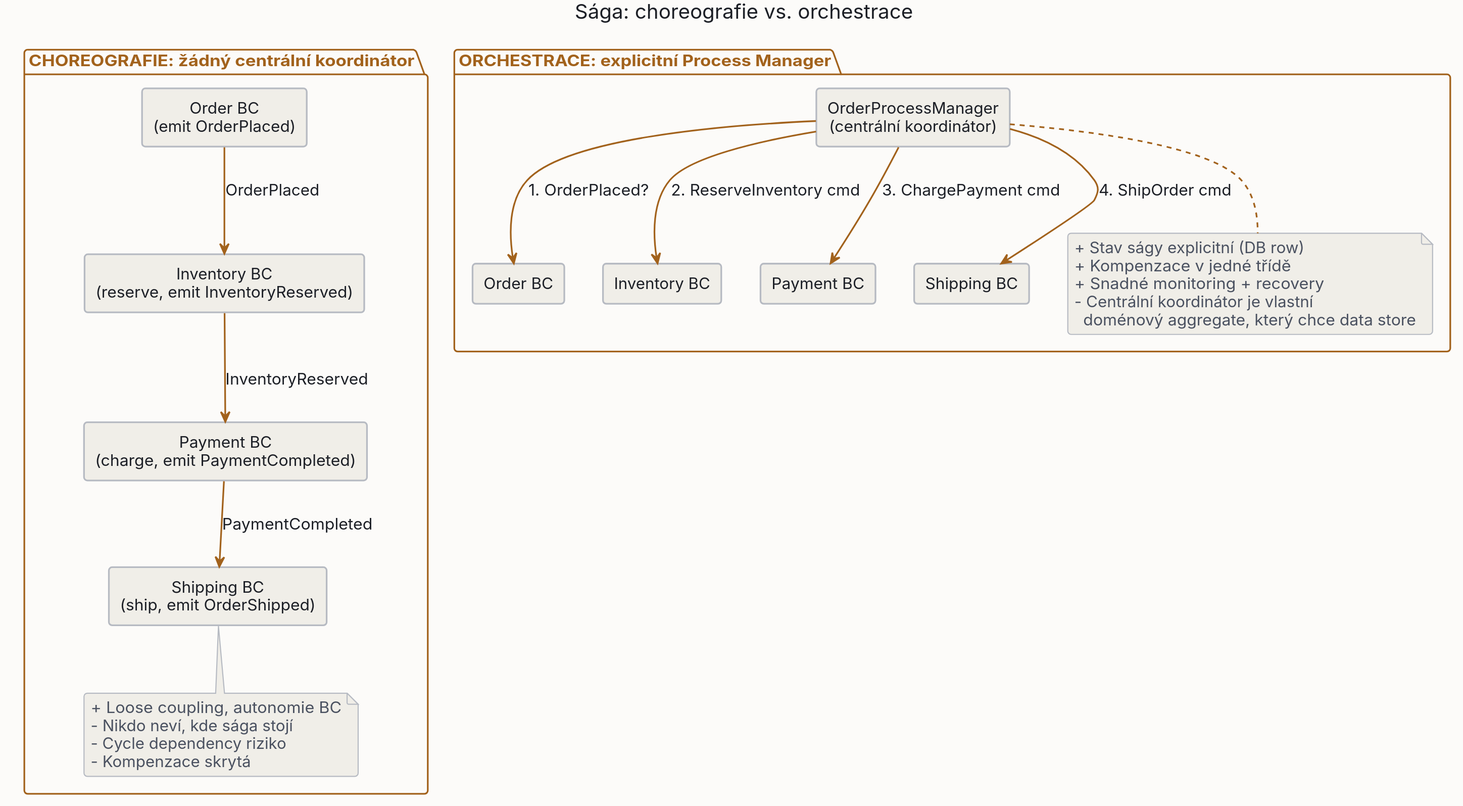
MichalKatuscak/ddd-v-symfony keeps this PlantUML diagram as public/images/diagrams/8_sagas/choreography_vs_orchestration-light.svg. Above is the earlier version.
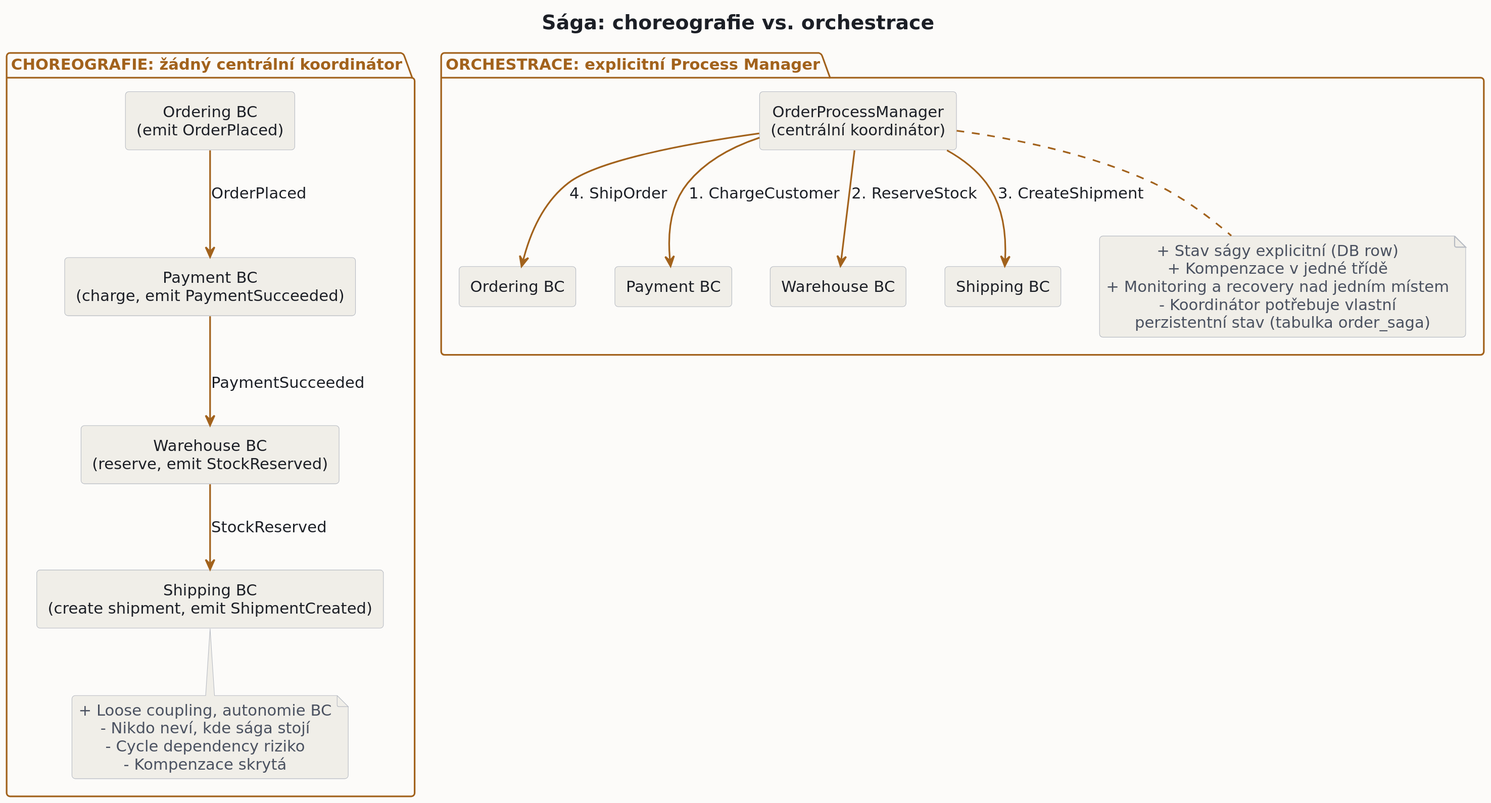
The same diagram one commit later.

What changed in the source:
```diff
@@ -1,203 +1,25 @@
-@startuml choreography_vs_orchestration
-skinparam dpi 150
-skinparam backgroundColor #fcfbf9
-skinparam shadowing false
-skinparam roundCorner 6
-
-skinparam defaultFontName "DejaVu Sans"
-skinparam defaultFontSize 14
-skinparam defaultFontColor #1c1f26
-skinparam defaultTextAlignment center
-
-
-skinparam ArrowColor #a2621c
-skinparam ArrowFontColor #1c1f26
-skinparam ArrowThickness 1.5
-
-skinparam node {
-  BackgroundColor #f0eee8
-  BorderColor #b6bac2
-  FontColor #1c1f26
-}
-
-skinparam component {
-  BackgroundColor #f0eee8
-  BorderColor #b6bac2
-  FontColor #1c1f26
-}
-
-skinparam rectangle {
-  BackgroundColor #f0eee8
-  BorderColor #b6bac2
-  FontColor #1c1f26
-}
-
-skinparam package {
-  BackgroundColor #fcfbf9
-  BorderColor #a2621c
-  FontColor #a2621c
-}
-
-skinparam folder {
-  BackgroundColor #f0eee8
-  BorderColor #b6bac2
-  FontColor #1c1f26
-}
-
-skinparam frame {
-  BackgroundColor #f0eee8
-  BorderColor #b6bac2
-  FontColor #1c1f26
-}
-
-skinparam database {
-  BackgroundColor #e6e3dc
-  BorderColor #b6bac2
-  FontColor #1c1f26
-}
-
-skinparam queue {
-  BackgroundColor #e6e3dc
-  BorderColor #b6bac2
-  FontColor #1c1f26
-}
-
-skinparam cloud {
-  BackgroundColor #e6e3dc
-  BorderColor #b6bac2
-  FontColor #1c1f26
-}
-
-skinparam actor {
-  BackgroundColor #f0eee8
-  BorderColor #a2621c
-  FontColor #1c1f26
-}
-
-skinparam usecase {
-  BackgroundColor #f0eee8
-  BorderColor #b6bac2
-  FontColor #1c1f26
-}
-
-skinparam class {
-  BackgroundColor #f0eee8
-  BorderColor #b6bac2
-  HeaderBackgroundColor #e6e3dc
-  ArrowColor #a2621c
-  FontColor #1c1f26
-  AttributeFontColor #4a5160
-  StereotypeFontColor #a2621c
-}
-
-skinparam object {
-  BackgroundColor #f0eee8
-  BorderColor #b6bac2
-  FontColor #1c1f26
-}
-
-skinparam sequence {
-  ParticipantBackgroundColor #f0eee8
-  ParticipantBorderColor #b6bac2
-  ParticipantFontColor #1c1f26
-  ActorBackgroundColor #f0eee8
-  ActorBorderColor #a2621c
-  ActorFontColor #1c1f26
-  LifeLineBorderColor #b6bac2
-  LifeLineBackgroundColor #e6e3dc
-  ArrowColor #a2621c
-  ArrowFontColor #1c1f26
-  GroupBackgroundColor #e6e3dc
-  GroupBorderColor #b6bac2
-  GroupFontColor #4a5160
-  GroupHeaderFontColor #a2621c
-  BoxBackgroundColor #fcfbf9
-  BoxBorderColor #a2621c
-  BoxFontColor #a2621c
-  DividerBackgroundColor #e6e3dc
-  DividerBorderColor #b6bac2
-  DividerFontColor #4a5160
-  ReferenceBackgroundColor #f0eee8
-  ReferenceBorderColor #b6bac2
-  ReferenceFontColor #1c1f26
-  ReferenceHeaderBackgroundColor #e6e3dc
-  StereotypeFontColor #a2621c
-}
-
-skinparam state {
-  BackgroundColor #f0eee8
-  BorderColor #b6bac2
-  FontColor #1c1f26
-  StartColor #a2621c
-  EndColor #a2621c
-  ArrowColor #a2621c
-  AttributeFontColor #4a5160
-}
-
-skinparam activity {
-  BackgroundColor #f0eee8
-  BorderColor #b6bac2
-  FontColor #1c1f26
-  ArrowColor #a2621c
-  StartColor #a2621c
-  EndColor #a2621c
-  BarColor #a2621c
-  DiamondBackgroundColor #e6e3dc
-  DiamondBorderColor #b6bac2
-  DiamondFontColor #1c1f26
-}
-
-skinparam note {
-  BackgroundColor #e6e3dc
-  BorderColor #b6bac2
-  FontColor #4a5160
-}
-
-skinparam title {
-  FontColor #1c1f26
-  FontSize 18
-}
-
-skinparam legend {
-  BackgroundColor #f0eee8
-  BorderColor #b6bac2
-  FontColor #4a5160
-}
-
-skinparam caption {
-  FontColor #4a5160
-}
-
-skinparam stereotype {
-  CBackgroundColor #e6e3dc
-  CBorderColor #a2621c
-  ABackgroundColor #e6e3dc
-  ABorderColor #a2621c
-  IBackgroundColor #e6e3dc
-  IBorderColor #a2621c
-  EBackgroundColor #e6e3dc
-  EBorderColor #a2621c
-}
+@startuml
+!include ../theme.iuml
 
 title Sága: choreografie vs. orchestrace
 
 skinparam package {
-  BackgroundColor #fcfbf9
-  BorderColor #a2621c
-  FontColor #a2621c
+  BackgroundColor $BG
+  BorderColor $ACCENT
+  FontColor $ACCENT
 }
 
 package "CHOREOGRAFIE: žádný centrální koordinátor" as choreo {
-  rectangle "Order BC\n(emit OrderPlaced)" as c_order
-  rectangle "Inventory BC\n(reserve, emit InventoryReserved)" as c_inv
-  rectangle "Payment BC\n(charge, emit PaymentCompleted)" as c_pay
-  rectangle "Shipping BC\n(ship, emit OrderShipped)" as c_ship
+  rectangle "Ordering BC\n(emit OrderPlaced)" as c_order
+  rectangle "Payment BC\n(charge, emit PaymentSucceeded)" as c_pay
+  rectangle "Warehouse BC\n(reserve, emit StockReserved)" as c_inv
+  rectangle "Shipping BC\n(create shipment, emit ShipmentCreated)" as c_ship
 
-  c_order -[#a2621c]-> c_inv : OrderPlaced
-  c_inv -[#a2621c]-> c_pay : InventoryReserved
-  c_pay -[#a2621c]-> c_ship : PaymentCompleted
+  c_order -[#F0A456]-> c_pay : OrderPlaced
+  c_pay -[#F0A456]-> c_inv : PaymentSucceeded
+  c_inv -[#F0A456]-> c_ship : StockReserved
 
-  note bottom of c_ship #f0eee8
+  note bottom of c_ship #161A22
     + Loose coupling, autonomie BC
     - Nikdo neví, kde sága stojí
     - Cycle dependency riziko
@@ -208,23 +30,22 @@
 package "ORCHESTRACE: explicitní Process Manager" as orch {
   rectangle "OrderProcessManager\n(centrální koordinátor)" as o_pm
 
-  rectangle "Order BC" as o_order
-  rectangle "Inventory BC" as o_inv
+  rectangle "Ordering BC" as o_order
   rectangle "Payment BC" as o_pay
+  rectangle "Warehouse BC" as o_inv
   rectangle "Shipping BC" as o_ship
 
-  o_pm -[#a2621c]-> o_order : 1. OrderPlaced?
-  o_pm -[#a2621c]-> o_inv : 2. ReserveInventory cmd
-  o_pm -[#a2621c]-> o_pay : 3. ChargePayment cmd
-  o_pm -[#a2621c]-> o_ship : 4. ShipOrder cmd
+  o_pm -[#F0A456]-> o_pay : 1. ChargeCustomer
+  o_pm -[#F0A456]-> o_inv : 2. ReserveStock
+  o_pm -[#F0A456]-> o_ship : 3. CreateShipment
+  o_pm -[#F0A456]-> o_order : 4. ShipOrder
 
-  note bottom of o_pm #f0eee8
+  note bottom of o_pm #161A22
     + Stav ságy explicitní (DB row)
     + Kompenzace v jedné třídě
-    + Snadné monitoring + recovery
-    - Centrální koordinátor je vlastní
-      doménový aggregate, který chce data store
+    + Monitoring a recovery nad jedním místem
+    - Koordinátor potřebuje vlastní
+      perzistentní stav (tabulka order_saga)
   end note
 }
-
 @enduml
```
